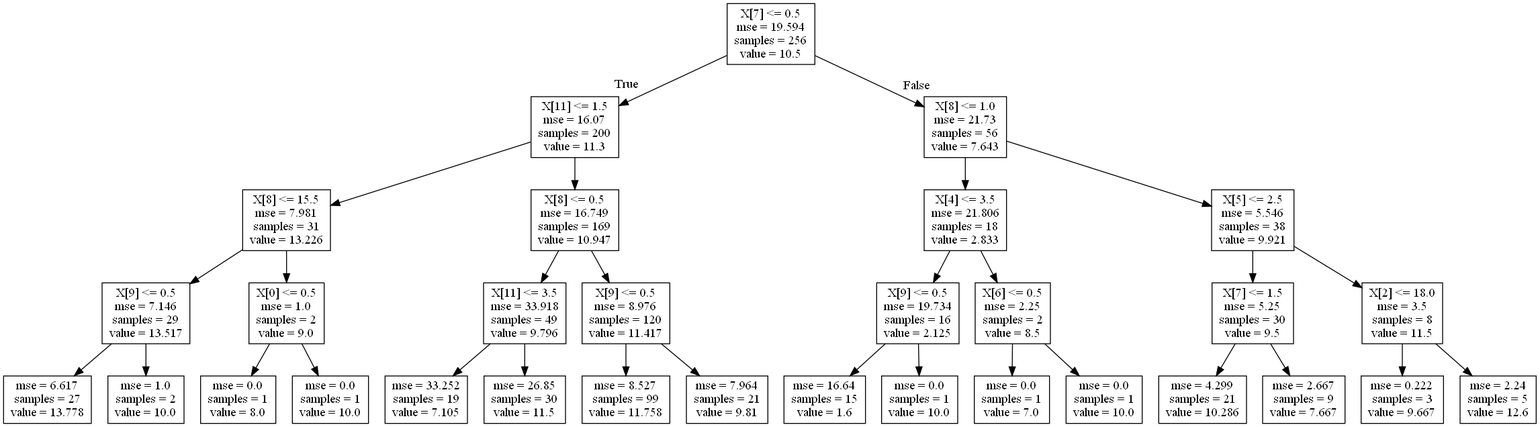
Earlier version of the Graphviz export tree.dot.png (seidenfuss/AIGirls_notasAlunos). Its source is kept beside it as tree.dot.
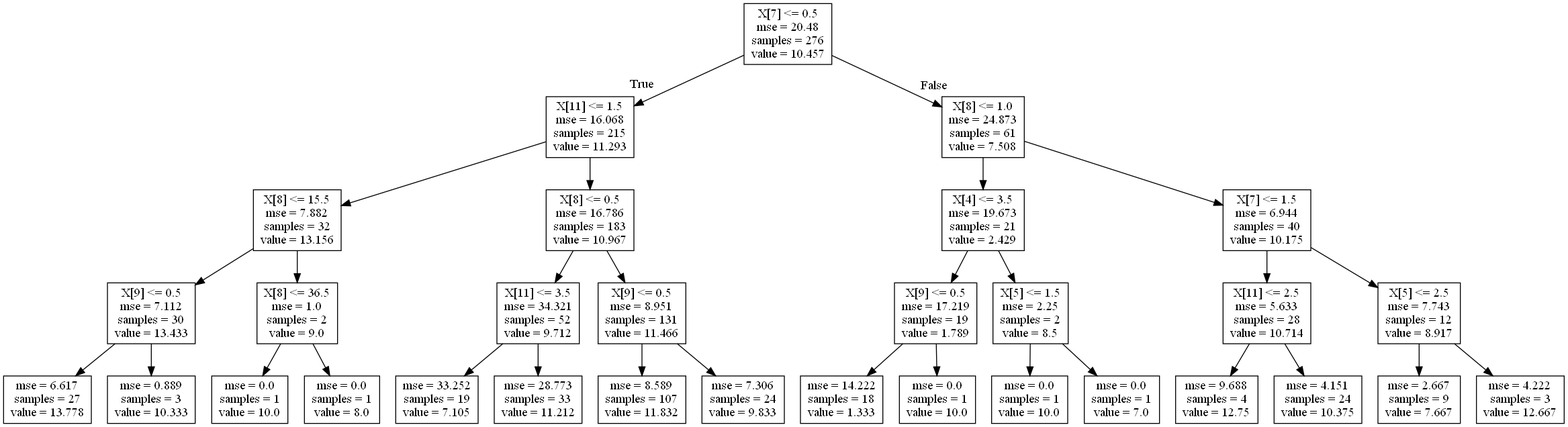
The same diagram one commit later.

What changed in the source:
```diff
@@ -1,64 +1,64 @@
 digraph Tree {
 node [shape=box] ;
-0 [label="X[7] <= 0.5\nmse = 19.594\nsamples = 256\nvalue = 10.5"] ;
-1 [label="X[11] <= 1.5\nmse = 16.07\nsamples = 200\nvalue = 11.3"] ;
+0 [label="X[7] <= 0.5\nmse = 20.48\nsamples = 276\nvalue = 10.457"] ;
+1 [label="X[11] <= 1.5\nmse = 16.068\nsamples = 215\nvalue = 11.293"] ;
 0 -> 1 [labeldistance=2.5, labelangle=45, headlabel="True"] ;
-2 [label="X[8] <= 15.5\nmse = 7.981\nsamples = 31\nvalue = 13.226"] ;
+2 [label="X[8] <= 15.5\nmse = 7.882\nsamples = 32\nvalue = 13.156"] ;
 1 -> 2 ;
-3 [label="X[9] <= 0.5\nmse = 7.146\nsamples = 29\nvalue = 13.517"] ;
+3 [label="X[9] <= 0.5\nmse = 7.112\nsamples = 30\nvalue = 13.433"] ;
 2 -> 3 ;
 4 [label="mse = 6.617\nsamples = 27\nvalue = 13.778"] ;
 3 -> 4 ;
-5 [label="mse = 1.0\nsamples = 2\nvalue = 10.0"] ;
+5 [label="mse = 0.889\nsamples = 3\nvalue = 10.333"] ;
 3 -> 5 ;
-6 [label="X[0] <= 0.5\nmse = 1.0\nsamples = 2\nvalue = 9.0"] ;
+6 [label="X[8] <= 36.5\nmse = 1.0\nsamples = 2\nvalue = 9.0"] ;
 2 -> 6 ;
-7 [label="mse = 0.0\nsamples = 1\nvalue = 8.0"] ;
+7 [label="mse = 0.0\nsamples = 1\nvalue = 10.0"] ;
 6 -> 7 ;
-8 [label="mse = 0.0\nsamples = 1\nvalue = 10.0"] ;
+8 [label="mse = 0.0\nsamples = 1\nvalue = 8.0"] ;
 6 -> 8 ;
-9 [label="X[8] <= 0.5\nmse = 16.749\nsamples = 169\nvalue = 10.947"] ;
+9 [label="X[8] <= 0.5\nmse = 16.786\nsamples = 183\nvalue = 10.967"] ;
 1 -> 9 ;
-10 [label="X[11] <= 3.5\nmse = 33.918\nsamples = 49\nvalue = 9.796"] ;
+10 [label="X[11] <= 3.5\nmse = 34.321\nsamples = 52\nvalue = 9.712"] ;
 9 -> 10 ;
 11 [label="mse = 33.252\nsamples = 19\nvalue = 7.105"] ;
 10 -> 11 ;
-12 [label="mse = 26.85\nsamples = 30\nvalue = 11.5"] ;
+12 [label="mse = 28.773\nsamples = 33\nvalue = 11.212"] ;
 10 -> 12 ;
-13 [label="X[9] <= 0.5\nmse = 8.976\nsamples = 120\nvalue = 11.417"] ;
+13 [label="X[9] <= 0.5\nmse = 8.951\nsamples = 131\nvalue = 11.466"] ;
 9 -> 13 ;
-14 [label="mse = 8.527\nsamples = 99\nvalue = 11.758"] ;
+14 [label="mse = 8.589\nsamples = 107\nvalue = 11.832"] ;
 13 -> 14 ;
-15 [label="mse = 7.964\nsamples = 21\nvalue = 9.81"] ;
+15 [label="mse = 7.306\nsamples = 24\nvalue = 9.833"] ;
 13 -> 15 ;
-16 [label="X[8] <= 1.0\nmse = 21.73\nsamples = 56\nvalue = 7.643"] ;
+16 [label="X[8] <= 1.0\nmse = 24.873\nsamples = 61\nvalue = 7.508"] ;
 0 -> 16 [labeldistance=2.5, labelangle=-45, headlabel="False"] ;
-17 [label="X[4] <= 3.5\nmse = 21.806\nsamples = 18\nvalue = 2.833"] ;
+17 [label="X[4] <= 3.5\nmse = 19.673\nsamples = 21\nvalue = 2.429"] ;
 16 -> 17 ;
-18 [label="X[9] <= 0.5\nmse = 19.734\nsamples = 16\nvalue = 2.125"] ;
+18 [label="X[9] <= 0.5\nmse = 17.219\nsamples = 19\nvalue = 1.789"] ;
 17 -> 18 ;
-19 [label="mse = 16.64\nsamples = 15\nvalue = 1.6"] ;
+19 [label="mse = 14.222\nsamples = 18\nvalue = 1.333"] ;
 18 -> 19 ;
 20 [label="mse = 0.0\nsamples = 1\nvalue = 10.0"] ;
 18 -> 20 ;
-21 [label="X[6] <= 0.5\nmse = 2.25\nsamples = 2\nvalue = 8.5"] ;
+21 [label="X[5] <= 1.5\nmse = 2.25\nsamples = 2\nvalue = 8.5"] ;
 17 -> 21 ;
-22 [label="mse = 0.0\nsamples = 1\nvalue = 7.0"] ;
+22 [label="mse = 0.0\nsamples = 1\nvalue = 10.0"] ;
 21 -> 22 ;
-23 [label="mse = 0.0\nsamples = 1\nvalue = 10.0"] ;
+23 [label="mse = 0.0\nsamples = 1\nvalue = 7.0"] ;
 21 -> 23 ;
-24 [label="X[5] <= 2.5\nmse = 5.546\nsamples = 38\nvalue = 9.921"] ;
+24 [label="X[7] <= 1.5\nmse = 6.944\nsamples = 40\nvalue = 10.175"] ;
 16 -> 24 ;
-25 [label="X[7] <= 1.5\nmse = 5.25\nsamples = 30\nvalue = 9.5"] ;
+25 [label="X[11] <= 2.5\nmse = 5.633\nsamples = 28\nvalue = 10.714"] ;
 24 -> 25 ;
-26 [label="mse = 4.299\nsamples = 21\nvalue = 10.286"] ;
+26 [label="mse = 9.688\nsamples = 4\nvalue = 12.75"] ;
 25 -> 26 ;
-27 [label="mse = 2.667\nsamples = 9\nvalue = 7.667"] ;
+27 [label="mse = 4.151\nsamples = 24\nvalue = 10.375"] ;
 25 -> 27 ;
-28 [label="X[2] <= 18.0\nmse = 3.5\nsamples = 8\nvalue = 11.5"] ;
+28 [label="X[5] <= 2.5\nmse = 7.743\nsamples = 12\nvalue = 8.917"] ;
 24 -> 28 ;
-29 [label="mse = 0.222\nsamples = 3\nvalue = 9.667"] ;
+29 [label="mse = 2.667\nsamples = 9\nvalue = 7.667"] ;
 28 -> 29 ;
-30 [label="mse = 2.24\nsamples = 5\nvalue = 12.6"] ;
+30 [label="mse = 4.222\nsamples = 3\nvalue = 12.667"] ;
 28 -> 30 ;
 }
```
